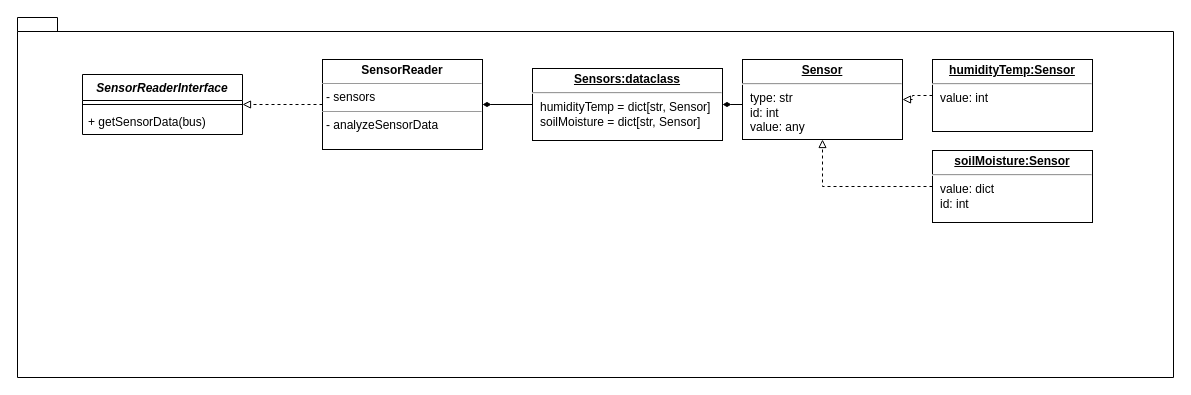
The draw.io diagram SensorReader/Architecture/Architecture.drawio in Uhgtred/OpenGreenHouse, before the edit. Source tidied: cells renumbered, new cells numbered last; positions are measured from the earlier drawing's top-left corner, leaving out a move shared by most shapes. Both pictures are drawn from the tidied source at 100%, with x=0, y=0 at pixel (17, 17).
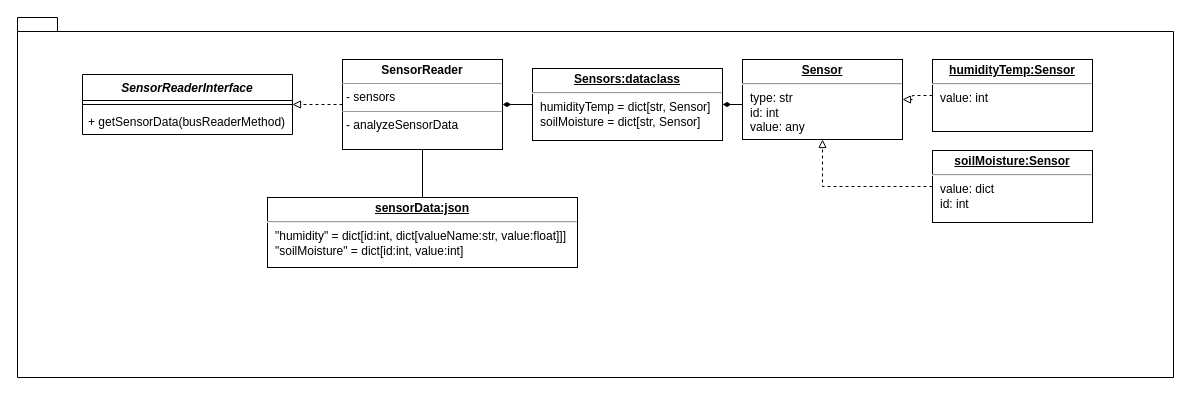
Above is the later version.

Commit message (it also covers changes not shown here):
reworking the architecture of data-transmission

Diff of the diagram source:
```diff
@@
 <mxGraphModel>
   <root>
     <mxCell id="0" />
     <mxCell id="1" parent="0" />
     <mxCell id="2" style="shape=folder;fontStyle=1;spacingTop=10;tabWidth=40;tabHeight=14;tabPosition=left;html=1;" parent="1" vertex="1">
       <mxGeometry width="1156" height="360" as="geometry" />
     </mxCell>
+    <mxCell id="18" style="edgeStyle=orthogonalEdgeStyle;rounded=0;jettySize=auto;html=1;endArrow=none;endFill=0;" parent="1" edge="1" source="8" target="19">
+      <mxGeometry relative="1" as="geometry" />
+    </mxCell>
     <mxCell id="3" value="SensorReaderInterface" style="swimlane;fontStyle=3;align=center;verticalAlign=top;horizontal=1;startSize=26;" parent="1" vertex="1">
-      <mxGeometry x="65" y="57" width="160" height="60" as="geometry" />
+      <mxGeometry x="65" y="57" width="210" height="60" as="geometry" />
     </mxCell>
     <mxCell id="4" style="line;strokeWidth=1;fillColor=none;align=left;verticalAlign=middle;spacingTop=-1;spacingLeft=3;spacingRight=3;labelPosition=right;strokeColor=inherit;" parent="3" vertex="1">
-      <mxGeometry y="26" width="160" height="8" as="geometry" />
+      <mxGeometry y="26" width="210" height="8" as="geometry" />
     </mxCell>
-    <mxCell id="5" value="+ getSensorData(bus)" style="text;strokeColor=none;fillColor=none;align=left;verticalAlign=top;spacingLeft=4;spacingRight=4;overflow=hidden;" parent="3" vertex="1">
-      <mxGeometry y="34" width="160" height="26" as="geometry" />
+    <mxCell id="5" value="+ getSensorData(busReaderMethod)" style="text;strokeColor=none;fillColor=none;align=left;verticalAlign=top;spacingLeft=4;spacingRight=4;overflow=hidden;" parent="3" vertex="1">
+      <mxGeometry y="34" width="210" height="26" as="geometry" />
     </mxCell>
     <mxCell id="6" style="edgeStyle=orthogonalEdgeStyle;rounded=0;jettySize=auto;html=1;dashed=1;endArrow=block;endFill=0;" parent="1" edge="1" source="8" target="3">
       <mxGeometry relative="1" as="geometry" />
     </mxCell>
     <mxCell id="7" style="edgeStyle=orthogonalEdgeStyle;rounded=0;jettySize=auto;html=1;startArrow=diamondThin;startFill=1;endArrow=none;endFill=0;" parent="1" edge="1" source="8" target="10">
       <mxGeometry relative="1" as="geometry" />
     </mxCell>
     <mxCell id="8" value="&lt;p style=&quot;margin:0px;margin-top:4px;text-align:center;&quot;&gt;&lt;b&gt;SensorReader&lt;/b&gt;&lt;/p&gt;&lt;hr size=&quot;1&quot;&gt;&lt;p style=&quot;margin:0px;margin-left:4px;&quot;&gt;- sensors&lt;/p&gt;&lt;hr size=&quot;1&quot;&gt;&lt;p style=&quot;margin:0px;margin-left:4px;&quot;&gt;- analyzeSensorData&lt;/p&gt;" style="verticalAlign=top;align=left;overflow=fill;fontSize=12;fontFamily=Helvetica;html=1;" parent="1" vertex="1">
-      <mxGeometry x="305" y="42" width="160" height="90" as="geometry" />
+      <mxGeometry x="325" y="42" width="160" height="90" as="geometry" />
     </mxCell>
     <mxCell id="9" style="edgeStyle=orthogonalEdgeStyle;rounded=0;jettySize=auto;html=1;endArrow=none;endFill=0;startArrow=diamondThin;startFill=1;" parent="1" edge="1" source="10" target="12">
       <mxGeometry relative="1" as="geometry" />
     </mxCell>
     <mxCell id="10" value="&lt;p style=&quot;margin:0px;margin-top:4px;text-align:center;text-decoration:underline;&quot;&gt;&lt;b&gt;Sensors:dataclass&lt;/b&gt;&lt;/p&gt;&lt;hr&gt;&lt;p style=&quot;margin:0px;margin-left:8px;&quot;&gt;humidityTemp = dict[str, Sensor]&lt;br&gt;soilMoisture = dict[str, Sensor]&lt;br&gt;&lt;/p&gt;" style="verticalAlign=top;align=left;overflow=fill;fontSize=12;fontFamily=Helvetica;html=1;" parent="1" vertex="1">
       <mxGeometry x="515" y="51" width="190" height="72" as="geometry" />
     </mxCell>
     <mxCell id="11" style="group;" parent="1" vertex="1">
       <mxGeometry x="725" y="42" width="350" height="163" as="geometry" />
     </mxCell>
     <mxCell id="12" value="&lt;p style=&quot;margin:0px;margin-top:4px;text-align:center;text-decoration:underline;&quot;&gt;&lt;b&gt;Sensor&lt;/b&gt;&lt;/p&gt;&lt;hr&gt;&lt;p style=&quot;margin:0px;margin-left:8px;&quot;&gt;type: str&lt;/p&gt;&lt;p style=&quot;margin:0px;margin-left:8px;&quot;&gt;id: int&amp;nbsp;&lt;br&gt;value: any&lt;br&gt;&lt;/p&gt;" style="verticalAlign=top;align=left;overflow=fill;fontSize=12;fontFamily=Helvetica;html=1;" parent="11" vertex="1">
       <mxGeometry width="160" height="80" as="geometry" />
     </mxCell>
     <mxCell id="13" style="edgeStyle=orthogonalEdgeStyle;rounded=0;jettySize=auto;html=1;dashed=1;endArrow=block;endFill=0;" parent="11" edge="1" source="16" target="12">
       <mxGeometry relative="1" as="geometry" />
     </mxCell>
     <mxCell id="14" style="edgeStyle=orthogonalEdgeStyle;rounded=0;jettySize=auto;html=1;dashed=1;endArrow=block;endFill=0;" parent="11" edge="1" source="17" target="12">
       <mxGeometry relative="1" as="geometry" />
     </mxCell>
     <mxCell id="15" style="group;" parent="11" vertex="1">
       <mxGeometry x="190" width="160" height="163" as="geometry" />
     </mxCell>
     <mxCell id="16" value="&lt;p style=&quot;margin:0px;margin-top:4px;text-align:center;text-decoration:underline;&quot;&gt;&lt;b&gt;humidityTemp:Sensor&lt;/b&gt;&lt;/p&gt;&lt;hr&gt;&lt;p style=&quot;margin:0px;margin-left:8px;&quot;&gt;value: int&lt;/p&gt;" style="verticalAlign=top;align=left;overflow=fill;fontSize=12;fontFamily=Helvetica;html=1;" parent="15" vertex="1">
       <mxGeometry width="160" height="72" as="geometry" />
     </mxCell>
     <mxCell id="17" value="&lt;p style=&quot;margin:0px;margin-top:4px;text-align:center;text-decoration:underline;&quot;&gt;&lt;b&gt;soilMoisture:Sensor&lt;/b&gt;&lt;/p&gt;&lt;hr&gt;&lt;p style=&quot;margin:0px;margin-left:8px;&quot;&gt;value: dict&lt;br&gt;&lt;/p&gt;&lt;p style=&quot;margin:0px;margin-left:8px;&quot;&gt;id: int&lt;/p&gt;" style="verticalAlign=top;align=left;overflow=fill;fontSize=12;fontFamily=Helvetica;html=1;" parent="15" vertex="1">
       <mxGeometry y="91" width="160" height="72" as="geometry" />
     </mxCell>
+    <mxCell id="19" value="&lt;p style=&quot;margin:0px;margin-top:4px;text-align:center;text-decoration:underline;&quot;&gt;&lt;b&gt;sensorData:json&lt;/b&gt;&lt;/p&gt;&lt;hr&gt;&lt;p style=&quot;margin:0px;margin-left:8px;&quot;&gt;&quot;humidity&quot; = dict[id:int, dict[valueName:str, value:float]]]&lt;br&gt;&quot;soilMoisture&quot; = dict[id:int, value:int]&lt;br&gt;&lt;/p&gt;" style="verticalAlign=top;align=left;overflow=fill;fontSize=12;fontFamily=Helvetica;html=1;" parent="1" vertex="1">
+      <mxGeometry x="250" y="180" width="310" height="70" as="geometry" />
+    </mxCell>
   </root>
 </mxGraphModel>
```
